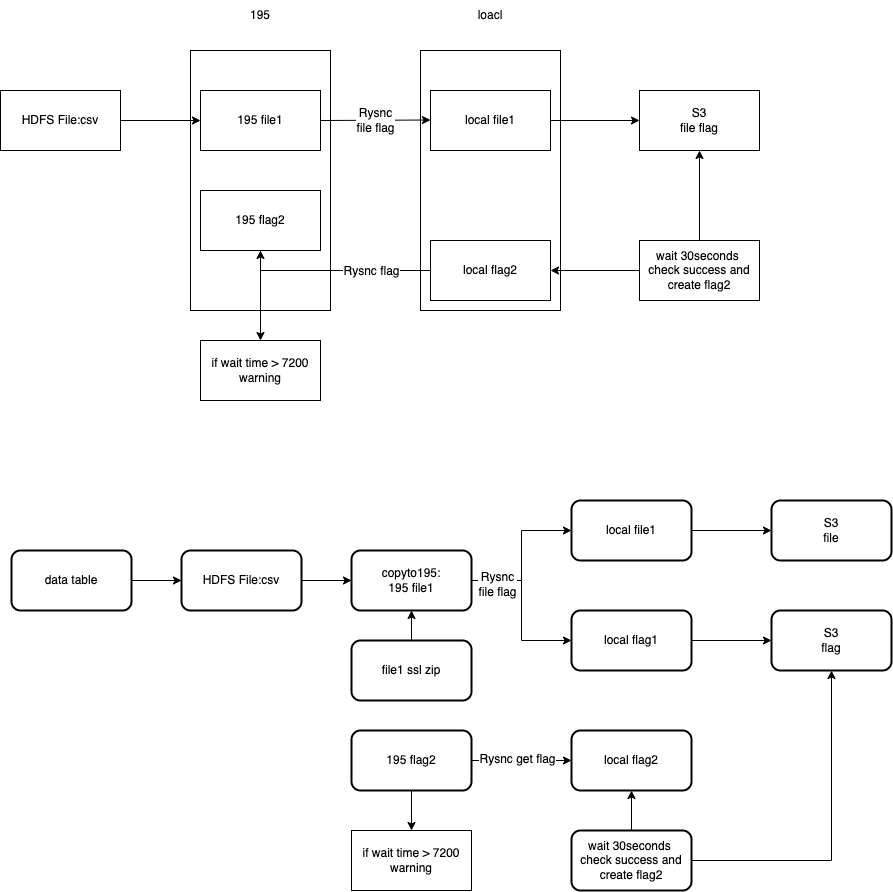
This is test.drawio.png from a490888602/draw, a draw.io export, as it was before one commit. Source tidied: cells renumbered, new cells last; positions are measured from the earlier drawing's top-left corner, leaving out a move shared by most shapes. Source of this version:
```xml
<mxGraphModel>
  <root>
    <mxCell id="0" />
    <mxCell id="1" parent="0" />
    <mxCell id="2" style="rounded=0;whiteSpace=wrap;html=1;" parent="1" vertex="1">
      <mxGeometry x="420" y="50" width="140" height="260" as="geometry" />
    </mxCell>
    <mxCell id="3" style="rounded=0;whiteSpace=wrap;html=1;" parent="1" vertex="1">
      <mxGeometry x="190" y="50" width="140" height="260" as="geometry" />
    </mxCell>
    <mxCell id="4" style="edgeStyle=orthogonalEdgeStyle;rounded=0;jettySize=auto;html=1;" parent="1" edge="1" source="5" target="6">
      <mxGeometry relative="1" as="geometry" />
    </mxCell>
    <mxCell id="5" value="HDFS File:csv" style="rounded=0;whiteSpace=wrap;html=1;" parent="1" vertex="1">
      <mxGeometry y="90" width="120" height="60" as="geometry" />
    </mxCell>
    <mxCell id="6" value="195 file1" style="rounded=0;whiteSpace=wrap;html=1;" parent="1" vertex="1">
      <mxGeometry x="200" y="90" width="120" height="60" as="geometry" />
    </mxCell>
    <mxCell id="7" style="endArrow=classic;html=1;rounded=0;exitX=1;exitY=0.5;exitDx=0;exitDy=0;" parent="1" edge="1" source="6">
      <mxGeometry relative="1" as="geometry">
        <mxPoint x="430" y="119.5" as="targetPoint" />
      </mxGeometry>
    </mxCell>
    <mxCell id="8" value="Rysnc&lt;br&gt;file flag" style="edgeLabel;html=1;align=center;verticalAlign=middle;" parent="7" vertex="1">
      <mxGeometry relative="1" as="geometry" />
    </mxCell>
    <mxCell id="9" style="edgeStyle=orthogonalEdgeStyle;rounded=0;jettySize=auto;html=1;" parent="1" edge="1" source="10" target="11">
      <mxGeometry relative="1" as="geometry" />
    </mxCell>
    <mxCell id="10" value="local file1" style="rounded=0;whiteSpace=wrap;html=1;" parent="1" vertex="1">
      <mxGeometry x="430" y="90" width="120" height="60" as="geometry" />
    </mxCell>
    <mxCell id="11" value="S3&lt;br&gt;&lt;span style=&quot;font-size: 11px; background-color: rgb(255, 255, 255);&quot;&gt;file flag&lt;/span&gt;" style="rounded=0;whiteSpace=wrap;html=1;" parent="1" vertex="1">
      <mxGeometry x="639" y="90" width="120" height="60" as="geometry" />
    </mxCell>
    <mxCell id="12" style="edgeStyle=orthogonalEdgeStyle;rounded=0;jettySize=auto;html=1;entryX=0.5;entryY=1;entryDx=0;entryDy=0;" parent="1" edge="1" source="14" target="16">
      <mxGeometry relative="1" as="geometry" />
    </mxCell>
    <mxCell id="13" value="Rysnc flag" style="edgeLabel;html=1;align=center;verticalAlign=middle;" parent="12" vertex="1">
      <mxGeometry x="-0.25" y="3" relative="1" as="geometry">
        <mxPoint x="12" y="-3" as="offset" />
      </mxGeometry>
    </mxCell>
    <mxCell id="14" value="local flag2" style="rounded=0;whiteSpace=wrap;html=1;" parent="1" vertex="1">
      <mxGeometry x="430" y="240" width="120" height="60" as="geometry" />
    </mxCell>
    <mxCell id="15" style="edgeStyle=orthogonalEdgeStyle;rounded=0;jettySize=auto;html=1;" parent="1" edge="1" source="16" target="22">
      <mxGeometry relative="1" as="geometry" />
    </mxCell>
    <mxCell id="16" value="195 flag2" style="rounded=0;whiteSpace=wrap;html=1;" parent="1" vertex="1">
      <mxGeometry x="200" y="190" width="120" height="60" as="geometry" />
    </mxCell>
    <mxCell id="17" value="195" style="text;html=1;strokeColor=none;fillColor=none;align=center;verticalAlign=middle;whiteSpace=wrap;rounded=0;" parent="1" vertex="1">
      <mxGeometry x="230" width="60" height="30" as="geometry" />
    </mxCell>
    <mxCell id="18" value="loacl" style="text;html=1;strokeColor=none;fillColor=none;align=center;verticalAlign=middle;whiteSpace=wrap;rounded=0;" parent="1" vertex="1">
      <mxGeometry x="460" width="60" height="30" as="geometry" />
    </mxCell>
    <mxCell id="19" style="edgeStyle=orthogonalEdgeStyle;rounded=0;jettySize=auto;html=1;entryX=0.5;entryY=1;entryDx=0;entryDy=0;" parent="1" edge="1" source="21" target="11">
      <mxGeometry relative="1" as="geometry" />
    </mxCell>
    <mxCell id="20" style="edgeStyle=orthogonalEdgeStyle;rounded=0;jettySize=auto;html=1;entryX=1;entryY=0.5;entryDx=0;entryDy=0;" parent="1" edge="1" source="21" target="14">
      <mxGeometry relative="1" as="geometry" />
    </mxCell>
    <mxCell id="21" value="wait 30seconds&amp;nbsp;&lt;br&gt;check success and create flag2" style="rounded=0;whiteSpace=wrap;html=1;" parent="1" vertex="1">
      <mxGeometry x="639" y="240" width="120" height="60" as="geometry" />
    </mxCell>
    <mxCell id="22" value="if wait time &amp;gt; 7200&lt;br&gt;warning" style="rounded=0;whiteSpace=wrap;html=1;" parent="1" vertex="1">
      <mxGeometry x="200" y="340" width="120" height="60" as="geometry" />
    </mxCell>
    <mxCell id="23" style="edgeStyle=orthogonalEdgeStyle;rounded=0;jettySize=auto;html=1;" parent="1" edge="1" source="24" target="26">
      <mxGeometry relative="1" as="geometry" />
    </mxCell>
    <mxCell id="24" value="data table" style="rounded=1;whiteSpace=wrap;html=1;strokeWidth=2;" parent="1" vertex="1">
      <mxGeometry x="11" y="550" width="120" height="60" as="geometry" />
    </mxCell>
    <mxCell id="25" style="edgeStyle=orthogonalEdgeStyle;rounded=0;jettySize=auto;html=1;" parent="1" edge="1" source="26" target="29">
      <mxGeometry relative="1" as="geometry" />
    </mxCell>
    <mxCell id="26" value="HDFS File:csv" style="rounded=1;whiteSpace=wrap;html=1;strokeWidth=2;" parent="1" vertex="1">
      <mxGeometry x="181" y="550" width="120" height="60" as="geometry" />
    </mxCell>
    <mxCell id="27" style="edgeStyle=orthogonalEdgeStyle;rounded=0;jettySize=auto;html=1;entryX=0;entryY=0.5;entryDx=0;entryDy=0;" parent="1" edge="1" source="29" target="34">
      <mxGeometry relative="1" as="geometry">
        <Array as="points">
          <mxPoint x="521" y="580" />
          <mxPoint x="521" y="640" />
        </Array>
      </mxGeometry>
    </mxCell>
    <mxCell id="28" style="edgeStyle=orthogonalEdgeStyle;rounded=0;jettySize=auto;html=1;entryX=0;entryY=0.5;entryDx=0;entryDy=0;" parent="1" edge="1" source="29" target="31">
      <mxGeometry relative="1" as="geometry" />
    </mxCell>
    <mxCell id="29" value="copyto195:&lt;br&gt;195 file1" style="rounded=1;whiteSpace=wrap;html=1;strokeWidth=2;" parent="1" vertex="1">
      <mxGeometry x="351" y="550" width="120" height="60" as="geometry" />
    </mxCell>
    <mxCell id="30" style="edgeStyle=orthogonalEdgeStyle;rounded=0;jettySize=auto;html=1;" parent="1" edge="1" source="31" target="35">
      <mxGeometry relative="1" as="geometry" />
    </mxCell>
    <mxCell id="31" value="local file1" style="rounded=1;whiteSpace=wrap;html=1;strokeWidth=2;" parent="1" vertex="1">
      <mxGeometry x="571" y="500" width="120" height="60" as="geometry" />
    </mxCell>
    <mxCell id="32" value="Rysnc&lt;br&gt;file flag" style="edgeLabel;html=1;align=center;verticalAlign=middle;" parent="1" vertex="1">
      <mxGeometry x="371" y="50" as="geometry">
        <mxPoint x="126" y="533" as="offset" />
      </mxGeometry>
    </mxCell>
    <mxCell id="33" style="edgeStyle=orthogonalEdgeStyle;rounded=0;jettySize=auto;html=1;" parent="1" edge="1" source="34" target="36">
      <mxGeometry relative="1" as="geometry" />
    </mxCell>
    <mxCell id="34" value="local flag1" style="rounded=1;whiteSpace=wrap;html=1;strokeWidth=2;" parent="1" vertex="1">
      <mxGeometry x="571" y="610" width="120" height="60" as="geometry" />
    </mxCell>
    <mxCell id="35" value="S3&lt;br&gt;&lt;span style=&quot;font-size: 11px; background-color: rgb(255, 255, 255);&quot;&gt;file&lt;/span&gt;" style="rounded=1;whiteSpace=wrap;html=1;strokeWidth=2;" parent="1" vertex="1">
      <mxGeometry x="771" y="500" width="120" height="60" as="geometry" />
    </mxCell>
    <mxCell id="36" value="&lt;span style=&quot;font-size: 11px; background-color: rgb(255, 255, 255);&quot;&gt;S3&lt;br&gt;flag&lt;/span&gt;" style="whiteSpace=wrap;html=1;rounded=1;strokeWidth=2;" parent="1" vertex="1">
      <mxGeometry x="771" y="610" width="120" height="60" as="geometry" />
    </mxCell>
    <mxCell id="37" style="edgeStyle=orthogonalEdgeStyle;rounded=0;jettySize=auto;html=1;entryX=0.5;entryY=1;entryDx=0;entryDy=0;" parent="1" edge="1" source="39" target="36">
      <mxGeometry relative="1" as="geometry" />
    </mxCell>
    <mxCell id="38" style="edgeStyle=orthogonalEdgeStyle;rounded=0;jettySize=auto;html=1;" parent="1" edge="1" source="39" target="40">
      <mxGeometry relative="1" as="geometry" />
    </mxCell>
    <mxCell id="39" value="wait 30seconds&amp;nbsp;&lt;br&gt;check success and create flag2" style="rounded=1;whiteSpace=wrap;html=1;strokeWidth=2;" parent="1" vertex="1">
      <mxGeometry x="571" y="830" width="120" height="60" as="geometry" />
    </mxCell>
    <mxCell id="40" value="local flag2" style="rounded=1;whiteSpace=wrap;html=1;strokeWidth=2;" parent="1" vertex="1">
      <mxGeometry x="571" y="730" width="120" height="60" as="geometry" />
    </mxCell>
    <mxCell id="41" style="edgeStyle=orthogonalEdgeStyle;rounded=0;jettySize=auto;html=1;entryX=0;entryY=0.5;entryDx=0;entryDy=0;" parent="1" edge="1" source="43" target="40">
      <mxGeometry relative="1" as="geometry" />
    </mxCell>
    <mxCell id="42" style="edgeStyle=orthogonalEdgeStyle;rounded=0;jettySize=auto;html=1;" parent="1" edge="1" source="43" target="45">
      <mxGeometry relative="1" as="geometry" />
    </mxCell>
    <mxCell id="43" value="195 flag2" style="rounded=1;whiteSpace=wrap;html=1;strokeWidth=2;" parent="1" vertex="1">
      <mxGeometry x="351" y="730" width="120" height="60" as="geometry" />
    </mxCell>
    <mxCell id="44" value="Rysnc get flag" style="edgeLabel;html=1;align=center;verticalAlign=middle;" parent="1" vertex="1">
      <mxGeometry x="281" y="300" as="geometry">
        <mxPoint x="235" y="458" as="offset" />
      </mxGeometry>
    </mxCell>
    <mxCell id="45" value="if wait time &amp;gt; 7200&lt;br&gt;warning" style="rounded=0;whiteSpace=wrap;html=1;" parent="1" vertex="1">
      <mxGeometry x="351" y="830" width="120" height="60" as="geometry" />
    </mxCell>
    <mxCell id="46" style="edgeStyle=orthogonalEdgeStyle;rounded=0;jettySize=auto;html=1;" parent="1" edge="1" source="47" target="29">
      <mxGeometry relative="1" as="geometry" />
    </mxCell>
    <mxCell id="47" value="file1 ssl zip" style="rounded=1;whiteSpace=wrap;html=1;strokeWidth=2;" parent="1" vertex="1">
      <mxGeometry x="351" y="640" width="120" height="60" as="geometry" />
    </mxCell>
  </root>
</mxGraphModel>
```
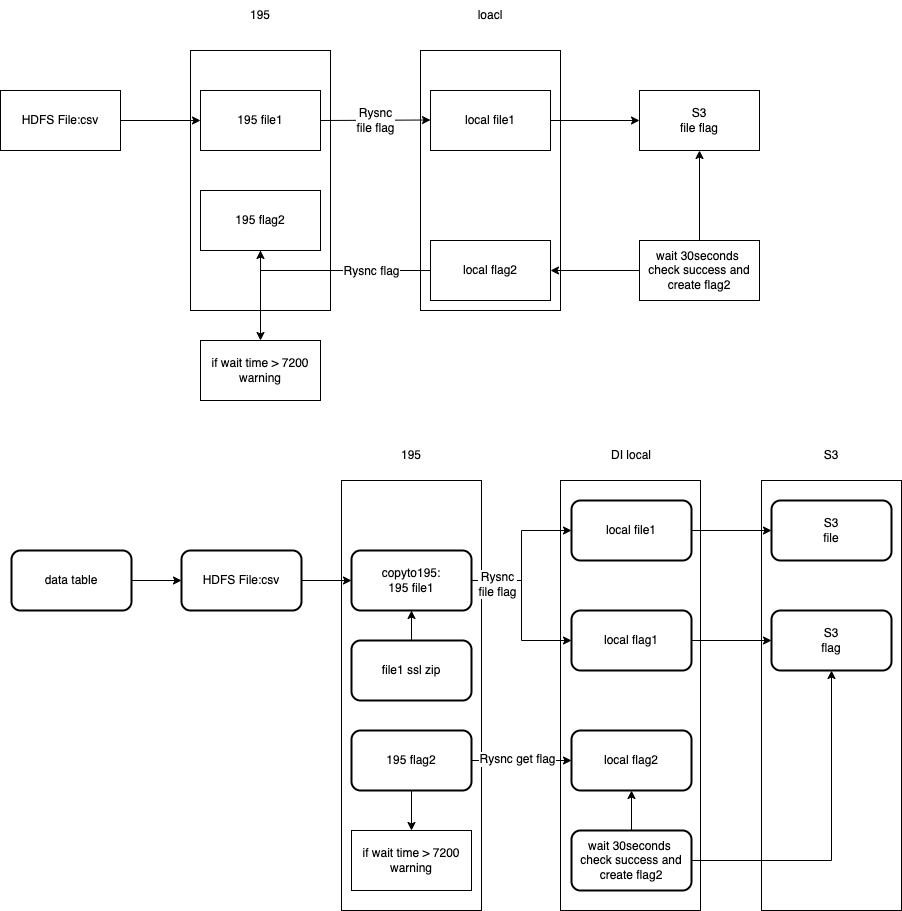
Later version of the same file.

Diff of the diagram source:
```diff
@@ -2,6 +2,15 @@
   <root>
     <mxCell id="0" />
     <mxCell id="1" parent="0" />
+    <mxCell id="48" style="rounded=0;whiteSpace=wrap;html=1;" parent="1" vertex="1">
+      <mxGeometry x="761" y="480" width="140" height="430" as="geometry" />
+    </mxCell>
+    <mxCell id="49" style="rounded=0;whiteSpace=wrap;html=1;" parent="1" vertex="1">
+      <mxGeometry x="560" y="480" width="140" height="430" as="geometry" />
+    </mxCell>
+    <mxCell id="50" style="rounded=0;whiteSpace=wrap;html=1;" parent="1" vertex="1">
+      <mxGeometry x="341" y="480" width="140" height="430" as="geometry" />
+    </mxCell>
     <mxCell id="2" style="rounded=0;whiteSpace=wrap;html=1;" parent="1" vertex="1">
       <mxGeometry x="420" y="50" width="140" height="260" as="geometry" />
     </mxCell>
@@ -153,5 +162,14 @@
     <mxCell id="47" value="file1 ssl zip" style="rounded=1;whiteSpace=wrap;html=1;strokeWidth=2;" parent="1" vertex="1">
       <mxGeometry x="351" y="640" width="120" height="60" as="geometry" />
     </mxCell>
+    <mxCell id="51" value="195" style="text;html=1;strokeColor=none;fillColor=none;align=center;verticalAlign=middle;whiteSpace=wrap;rounded=0;" parent="1" vertex="1">
+      <mxGeometry x="381" y="440" width="60" height="30" as="geometry" />
+    </mxCell>
+    <mxCell id="52" value="DI local" style="text;html=1;strokeColor=none;fillColor=none;align=center;verticalAlign=middle;whiteSpace=wrap;rounded=0;" parent="1" vertex="1">
+      <mxGeometry x="601" y="440" width="60" height="30" as="geometry" />
+    </mxCell>
+    <mxCell id="53" value="S3" style="text;html=1;strokeColor=none;fillColor=none;align=center;verticalAlign=middle;whiteSpace=wrap;rounded=0;" parent="1" vertex="1">
+      <mxGeometry x="801" y="440" width="60" height="30" as="geometry" />
+    </mxCell>
   </root>
 </mxGraphModel>
```
